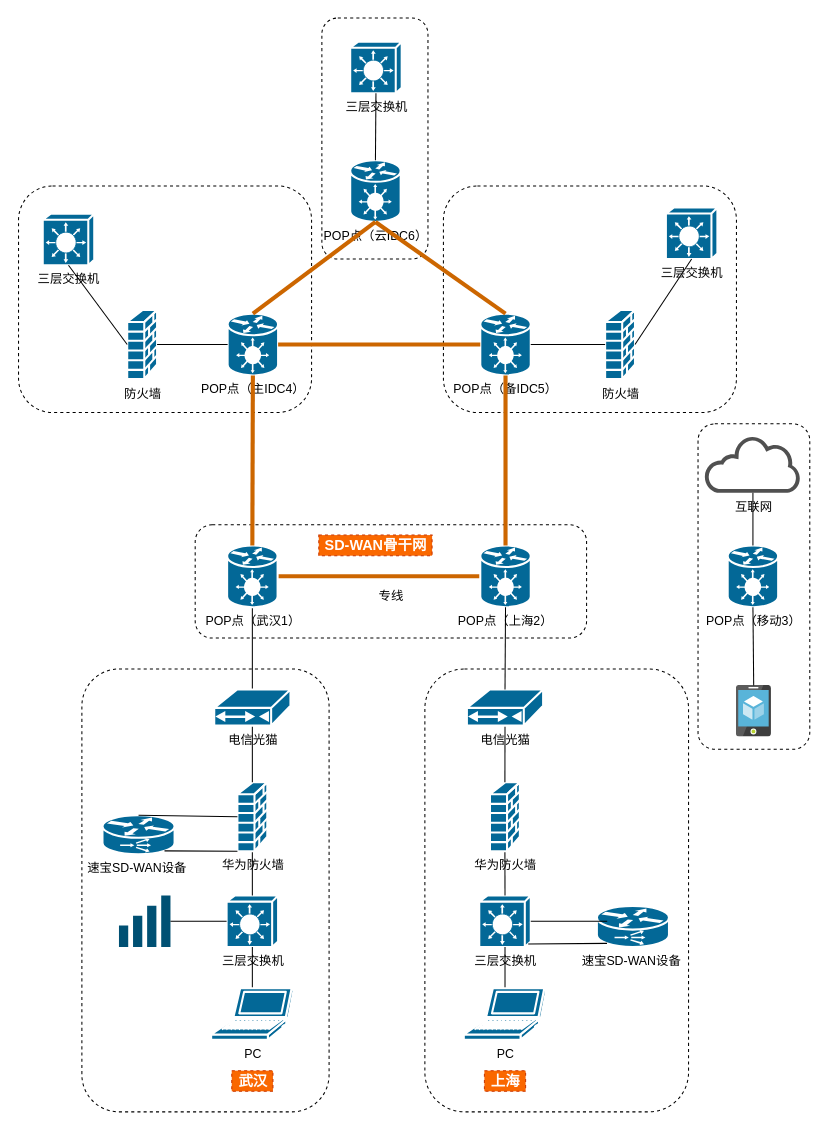
This is net1-laiyifen.drawio from sinoco101/2020-cat, a draw.io file, before an edit. Source tidied: cells renumbered, new cells numbered last; positions are measured from the earlier drawing's top-left corner, leaving out a move shared by most shapes. Both pictures are drawn from the tidied source at 103%, with x=0, y=0 at pixel (19, 18).
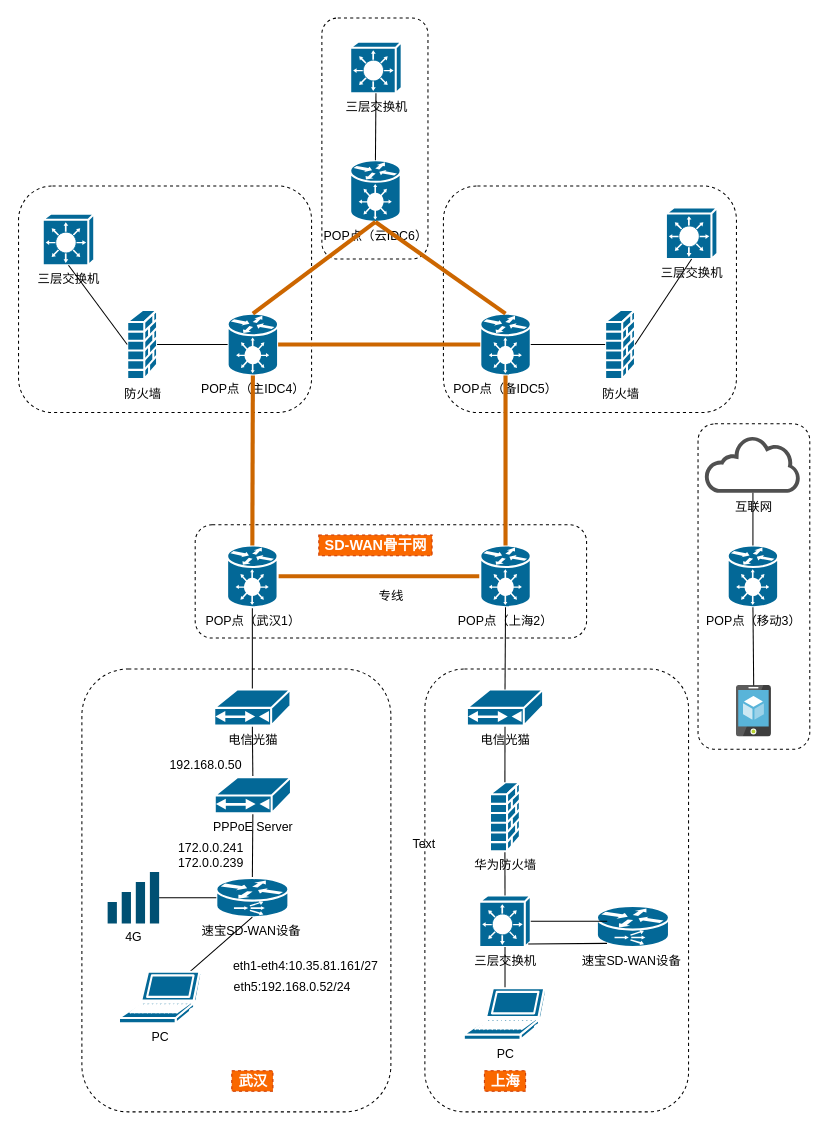
Above is the later version.

Unchanged cells that the change refers to:
```xml
<mxCell id="15" value="电信光猫" style="shape=mxgraph.cisco.modems_and_phones.cable_modem;html=1;dashed=0;fillColor=#036897;strokeColor=#ffffff;strokeWidth=2;verticalLabelPosition=bottom;verticalAlign=top;align=center;outlineConnect=0;" parent="1" vertex="1">
  <mxGeometry x="189.5" y="652" width="74" height="35" as="geometry" />
</mxCell>
```

The edit, as a diff of the source:
```diff
@@
     <mxCell id="7" style="rounded=1;whiteSpace=wrap;html=1;dashed=1;" parent="1" vertex="1">
-      <mxGeometry x="61" y="632" width="240" height="430" as="geometry" />
+      <mxGeometry x="61" y="632" width="300" height="430" as="geometry" />
     </mxCell>
-    <mxCell id="8" value="三层交换机" style="shape=mxgraph.cisco.switches.layer_3_switch;html=1;dashed=0;fillColor=#036897;strokeColor=#ffffff;strokeWidth=2;verticalLabelPosition=bottom;verticalAlign=top;align=center;outlineConnect=0;" parent="1" vertex="1">
-      <mxGeometry x="201.5" y="852" width="50" height="50" as="geometry" />
-    </mxCell>
-    <mxCell id="9" style="rounded=1;jettySize=auto;html=1;exitX=0.5;exitY=1;exitDx=0;exitDy=0;exitPerimeter=0;entryX=0.5;entryY=0;entryDx=0;entryDy=0;entryPerimeter=0;endArrow=none;endFill=0;startArrow=none;startFill=0;" parent="1" edge="1" source="10" target="8">
+    <mxCell id="9" style="rounded=1;jettySize=auto;html=1;exitX=0.5;exitY=1;exitDx=0;exitDy=0;exitPerimeter=0;entryX=0.5;entryY=0;entryDx=0;entryDy=0;entryPerimeter=0;endArrow=none;endFill=0;startArrow=none;startFill=0;" parent="1" edge="1" source="65" target="12">
       <mxGeometry relative="1" as="geometry" />
     </mxCell>
-    <mxCell id="10" value="华为防火墙" style="shape=mxgraph.cisco.security.firewall;html=1;dashed=0;fillColor=#036897;strokeColor=#ffffff;strokeWidth=2;verticalLabelPosition=bottom;verticalAlign=top;align=center;outlineConnect=0;" parent="1" vertex="1">
-      <mxGeometry x="212" y="742" width="29" height="67" as="geometry" />
-    </mxCell>
-    <mxCell id="11" style="edgeStyle=none;rounded=1;jettySize=auto;html=1;exitX=0.5;exitY=0;exitDx=0;exitDy=0;exitPerimeter=0;entryX=0.5;entryY=1;entryDx=0;entryDy=0;entryPerimeter=0;startArrow=none;startFill=0;endArrow=none;endFill=0;" parent="1" edge="1" source="10" target="15">
+    <mxCell id="11" style="edgeStyle=none;rounded=1;jettySize=auto;html=1;exitX=0.5;exitY=0;exitDx=0;exitDy=0;exitPerimeter=0;entryX=0.5;entryY=1;entryDx=0;entryDy=0;entryPerimeter=0;startArrow=none;startFill=0;endArrow=none;endFill=0;" parent="1" edge="1" source="65" target="15">
       <mxGeometry relative="1" as="geometry" />
     </mxCell>
     <mxCell id="12" value="速宝SD-WAN设备&amp;nbsp;" style="shape=mxgraph.cisco.routers.content_service_router;html=1;dashed=0;fillColor=#036897;strokeColor=#ffffff;strokeWidth=2;verticalLabelPosition=bottom;verticalAlign=top;align=center;outlineConnect=0;" parent="1" vertex="1">
-      <mxGeometry x="81" y="774" width="70" height="38" as="geometry" />
+      <mxGeometry x="191.5" y="835" width="70" height="38" as="geometry" />
     </mxCell>
-    <mxCell id="13" style="rounded=1;jettySize=auto;html=1;exitX=0;exitY=0.5;exitDx=0;exitDy=0;exitPerimeter=0;endArrow=none;endFill=0;startArrow=none;startFill=0;entryX=0.5;entryY=0;entryDx=0;entryDy=0;entryPerimeter=0;" parent="1" edge="1" source="10" target="12">
-      <mxGeometry relative="1" as="geometry" />
-    </mxCell>
@@
-    <mxCell id="16" style="edgeStyle=none;rounded=1;jettySize=auto;html=1;entryX=0.5;entryY=1;entryDx=0;entryDy=0;entryPerimeter=0;startArrow=none;startFill=0;endArrow=none;endFill=0;" parent="1" edge="1" source="17" target="8">
+    <mxCell id="16" style="edgeStyle=none;rounded=1;jettySize=auto;html=1;entryX=0.5;entryY=1;entryDx=0;entryDy=0;entryPerimeter=0;startArrow=none;startFill=0;endArrow=none;endFill=0;" parent="1" edge="1" source="17" target="12">
       <mxGeometry relative="1" as="geometry" />
     </mxCell>
     <mxCell id="17" value="PC" style="shape=mxgraph.cisco.computers_and_peripherals.laptop;html=1;dashed=0;fillColor=#036897;strokeColor=#ffffff;strokeWidth=2;verticalLabelPosition=bottom;verticalAlign=top;align=center;outlineConnect=0;" parent="1" vertex="1">
-      <mxGeometry x="186.5" y="942" width="80" height="50" as="geometry" />
+      <mxGeometry x="97" y="926" width="80" height="50" as="geometry" />
     </mxCell>
@@
-    <mxCell id="25" style="rounded=1;jettySize=auto;html=1;exitX=0;exitY=1;exitDx=0;exitDy=0;exitPerimeter=0;endArrow=none;endFill=0;startArrow=none;startFill=0;entryX=0.86;entryY=0.91;entryDx=0;entryDy=0;entryPerimeter=0;" parent="1" edge="1" source="10" target="12">
-      <mxGeometry relative="1" as="geometry" />
-    </mxCell>
@@
-    <mxCell id="59" style="points=[[0,0.58,0],[0.09,0.58,0],[0.36,0.39,0],[0.64,0.195,0],[0.91,0,0],[1,0,0],[1,0.25,0],[1,0.5,0],[1,0.75,0],[1,1,0],[0,1,0],[0.09,1,0],[0.36,1,0],[0.64,1,0],[0.91,1,0],[0,0.79,0]];verticalLabelPosition=bottom;html=1;verticalAlign=top;align=center;shape=mxgraph.cisco19.wifi_indicator;fillColor=#005073;strokeColor=none;" parent="1" vertex="1">
-      <mxGeometry x="97" y="852" width="50" height="50" as="geometry" />
+    <mxCell id="59" value="4G" style="points=[[0,0.58,0],[0.09,0.58,0],[0.36,0.39,0],[0.64,0.195,0],[0.91,0,0],[1,0,0],[1,0.25,0],[1,0.5,0],[1,0.75,0],[1,1,0],[0,1,0],[0.09,1,0],[0.36,1,0],[0.64,1,0],[0.91,1,0],[0,0.79,0]];verticalLabelPosition=bottom;html=1;verticalAlign=top;align=center;shape=mxgraph.cisco19.wifi_indicator;fillColor=#005073;strokeColor=none;" parent="1" vertex="1">
+      <mxGeometry x="86" y="829" width="50" height="50" as="geometry" />
     </mxCell>
-    <mxCell id="60" style="rounded=1;jettySize=auto;html=1;exitX=0;exitY=0.5;exitDx=0;exitDy=0;exitPerimeter=0;endArrow=none;endFill=0;startArrow=none;startFill=0;entryX=1;entryY=0.5;entryDx=0;entryDy=0;entryPerimeter=0;" parent="1" edge="1" source="8" target="59">
+    <mxCell id="60" style="rounded=1;jettySize=auto;html=1;exitX=0;exitY=0.5;exitDx=0;exitDy=0;exitPerimeter=0;endArrow=none;endFill=0;startArrow=none;startFill=0;entryX=1;entryY=0.5;entryDx=0;entryDy=0;entryPerimeter=0;" parent="1" edge="1" source="12" target="59">
       <mxGeometry relative="1" as="geometry" />
     </mxCell>
@@
+    <mxCell id="65" value="PPPoE Server" style="shape=mxgraph.cisco.modems_and_phones.cable_modem;html=1;dashed=0;fillColor=#036897;strokeColor=#ffffff;strokeWidth=2;verticalLabelPosition=bottom;verticalAlign=top;align=center;outlineConnect=0;" parent="1" vertex="1">
+      <mxGeometry x="190" y="737" width="74" height="35" as="geometry" />
+    </mxCell>
+    <mxCell id="66" value="Text" style="text;html=1;align=center;verticalAlign=middle;fillColor=none;strokeColor=none;rounded=0;hachureGap=4;" parent="1" vertex="1">
+      <mxGeometry x="373" y="792" width="40" height="20" as="geometry" />
+    </mxCell>
+    <mxCell id="67" value="172.0.0.239" style="text;html=1;align=center;verticalAlign=middle;fillColor=none;strokeColor=none;rounded=0;hachureGap=4;" parent="1" vertex="1">
+      <mxGeometry x="149" y="812" width="73" height="18" as="geometry" />
+    </mxCell>
+    <mxCell id="68" value="172.0.0.241" style="text;html=1;align=center;verticalAlign=middle;fillColor=none;strokeColor=none;rounded=0;hachureGap=4;" parent="1" vertex="1">
+      <mxGeometry x="149" y="797" width="73" height="18" as="geometry" />
+    </mxCell>
+    <mxCell id="69" value="192.168.0.50" style="text;html=1;align=center;verticalAlign=middle;fillColor=none;strokeColor=none;rounded=0;hachureGap=4;" parent="1" vertex="1">
+      <mxGeometry x="141" y="717" width="80" height="18" as="geometry" />
+    </mxCell>
+    <mxCell id="70" value="eth5:192.168.0.52/24" style="text;html=1;align=center;verticalAlign=middle;fillColor=none;strokeColor=none;rounded=0;hachureGap=4;" parent="1" vertex="1">
+      <mxGeometry x="202.5" y="932" width="124" height="18" as="geometry" />
+    </mxCell>
+    <mxCell id="71" value="eth1-eth4:10.35.81.161/27" style="text;html=1;align=center;verticalAlign=middle;fillColor=none;strokeColor=none;rounded=0;hachureGap=4;" parent="1" vertex="1">
+      <mxGeometry x="202" y="912" width="151" height="18" as="geometry" />
+    </mxCell>
```
